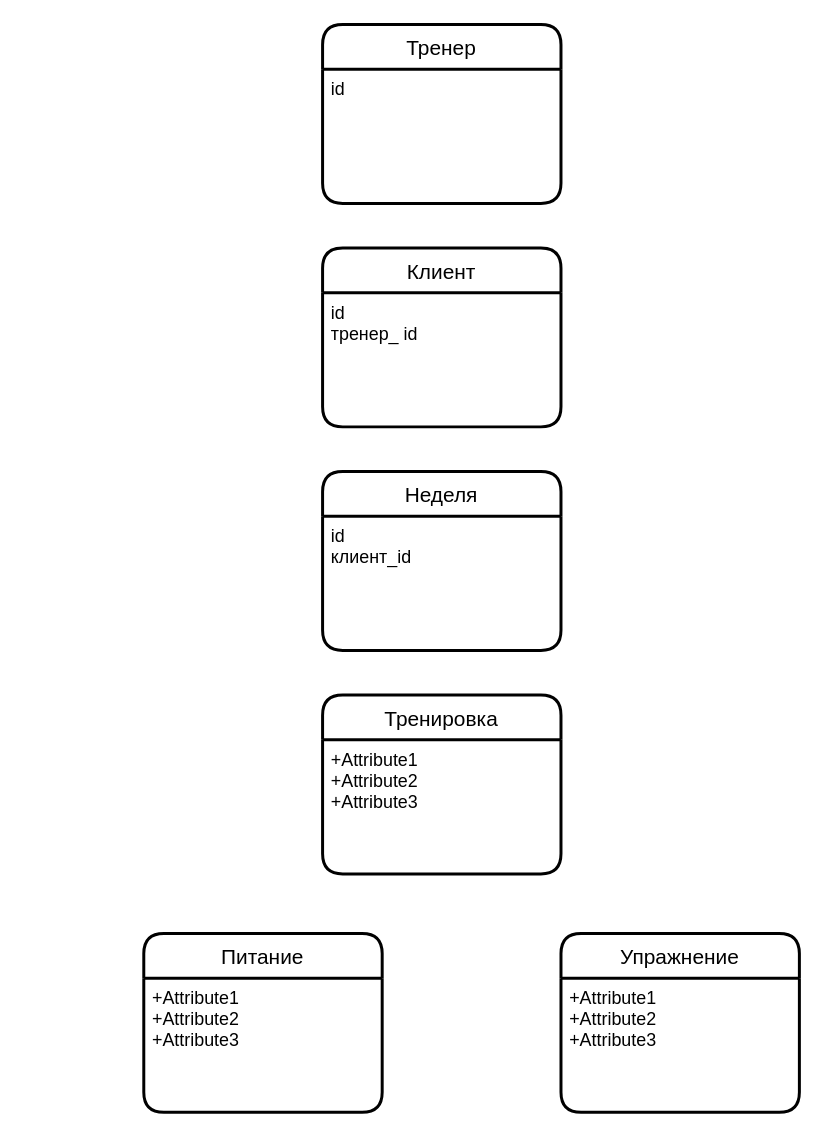
Above: Диаграмма без названия.drawio in baidinvladislav/cracking-interview (draw.io), before the change. Source tidied: cells renumbered, new cells numbered last; positions are measured from the earlier drawing's top-left corner, leaving out a move shared by most shapes. Both pictures are drawn from the tidied source at 149%, with x=0, y=0 at pixel (143, 24).
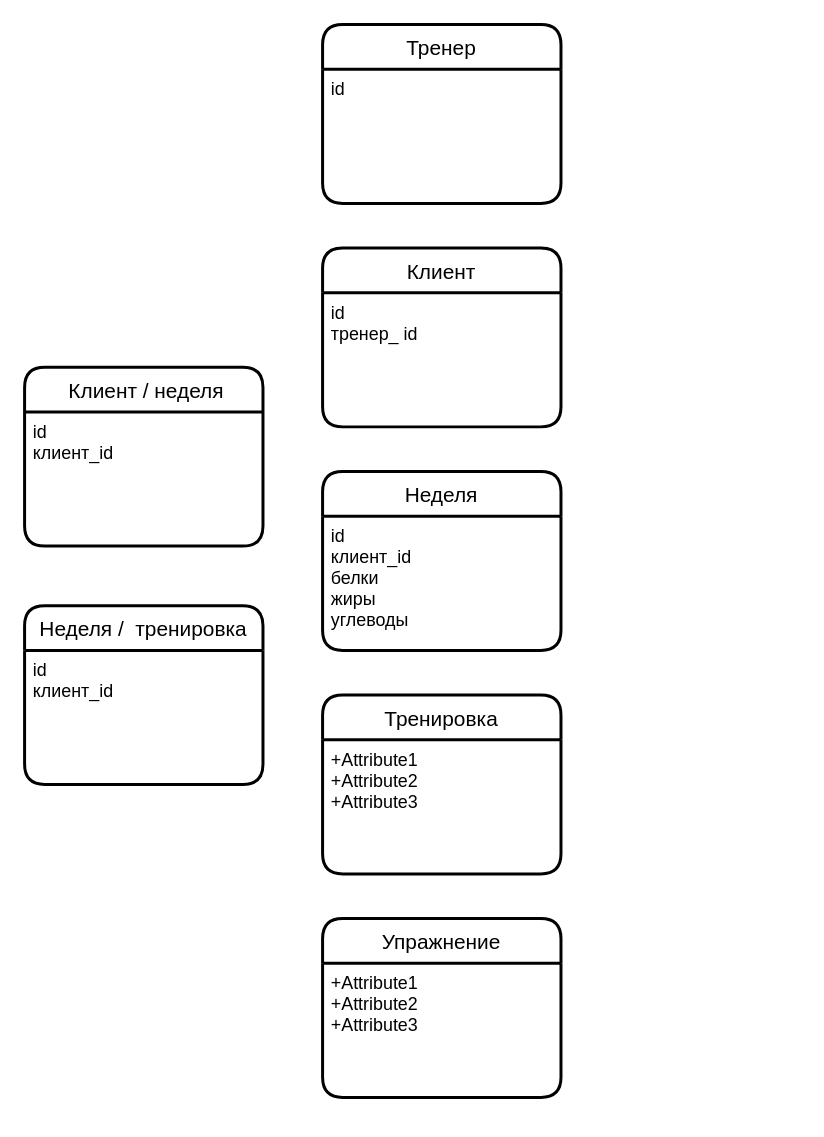
The same page after the edit.

The edit, as a diff of the source:
```diff
@@
 <mxGraphModel>
   <root>
     <mxCell id="0" />
     <mxCell id="1" parent="0" />
     <mxCell id="2" value="Тренер" style="swimlane;horizontal=1;startSize=30;rounded=1;fontSize=14;fontStyle=0;strokeWidth=2;shadow=0;dashed=0;align=center;" parent="1" vertex="1">
       <mxGeometry x="120" width="160" height="120" as="geometry" />
     </mxCell>
     <mxCell id="3" value="id" style="align=left;strokeColor=none;fillColor=none;spacingLeft=4;fontSize=12;verticalAlign=top;" parent="2" vertex="1">
       <mxGeometry y="30" width="160" height="90" as="geometry" />
     </mxCell>
     <mxCell id="4" value="Клиент" style="swimlane;horizontal=1;startSize=30;rounded=1;fontSize=14;fontStyle=0;strokeWidth=2;shadow=0;dashed=0;align=center;" parent="1" vertex="1">
       <mxGeometry x="120" y="150" width="160" height="120" as="geometry" />
     </mxCell>
     <mxCell id="5" value="id&#10;тренер_ id" style="align=left;strokeColor=none;fillColor=none;spacingLeft=4;fontSize=12;verticalAlign=top;" parent="4" vertex="1">
       <mxGeometry y="30" width="160" height="90" as="geometry" />
     </mxCell>
     <mxCell id="6" value="Тренировка" style="swimlane;horizontal=1;startSize=30;rounded=1;fontSize=14;fontStyle=0;strokeWidth=2;shadow=0;dashed=0;align=center;" parent="1" vertex="1">
       <mxGeometry x="120" y="450" width="160" height="120" as="geometry" />
     </mxCell>
     <mxCell id="7" value="+Attribute1&#10;+Attribute2&#10;+Attribute3" style="align=left;strokeColor=none;fillColor=none;spacingLeft=4;fontSize=12;verticalAlign=top;" parent="6" vertex="1">
       <mxGeometry y="30" width="160" height="90" as="geometry" />
     </mxCell>
     <mxCell id="8" value="Неделя" style="swimlane;horizontal=1;startSize=30;rounded=1;fontSize=14;fontStyle=0;strokeWidth=2;shadow=0;dashed=0;align=center;" parent="1" vertex="1">
       <mxGeometry x="120" y="300" width="160" height="120" as="geometry" />
     </mxCell>
-    <mxCell id="9" value="id&#10;клиент_id" style="align=left;strokeColor=none;fillColor=none;spacingLeft=4;fontSize=12;verticalAlign=top;" parent="8" vertex="1">
+    <mxCell id="9" value="id&#10;клиент_id&#10;белки&#10;жиры &#10;углеводы&#10;" style="align=left;strokeColor=none;fillColor=none;spacingLeft=4;fontSize=12;verticalAlign=top;" parent="8" vertex="1">
       <mxGeometry y="30" width="160" height="90" as="geometry" />
     </mxCell>
     <mxCell id="10" value="Упражнение" style="swimlane;horizontal=1;startSize=30;rounded=1;fontSize=14;fontStyle=0;strokeWidth=2;shadow=0;dashed=0;align=center;" parent="1" vertex="1">
-      <mxGeometry x="280" y="610" width="160" height="120" as="geometry" />
+      <mxGeometry x="120" y="600" width="160" height="120" as="geometry" />
     </mxCell>
     <mxCell id="11" value="+Attribute1&#10;+Attribute2&#10;+Attribute3" style="align=left;strokeColor=none;fillColor=none;spacingLeft=4;fontSize=12;verticalAlign=top;" parent="10" vertex="1">
       <mxGeometry y="30" width="160" height="90" as="geometry" />
     </mxCell>
-    <mxCell id="12" value="Питание" style="swimlane;horizontal=1;startSize=30;rounded=1;fontSize=14;fontStyle=0;strokeWidth=2;shadow=0;dashed=0;align=center;" parent="1" vertex="1">
-      <mxGeometry y="610" width="160" height="120" as="geometry" />
-    </mxCell>
-    <mxCell id="13" value="+Attribute1&#10;+Attribute2&#10;+Attribute3" style="align=left;strokeColor=none;fillColor=none;spacingLeft=4;fontSize=12;verticalAlign=top;" parent="12" vertex="1">
-      <mxGeometry y="30" width="160" height="90" as="geometry" />
-    </mxCell>
+    <mxCell id="14" value=" Клиент / неделя" style="swimlane;horizontal=1;startSize=30;rounded=1;fontSize=14;fontStyle=0;strokeWidth=2;shadow=0;dashed=0;align=center;" parent="1" vertex="1">
+      <mxGeometry x="-80" y="230" width="160" height="120" as="geometry" />
+    </mxCell>
+    <mxCell id="15" value="id&#10;клиент_id" style="align=left;strokeColor=none;fillColor=none;spacingLeft=4;fontSize=12;verticalAlign=top;" parent="14" vertex="1">
+      <mxGeometry y="30" width="160" height="90" as="geometry" />
+    </mxCell>
+    <mxCell id="16" value="Неделя /  тренировка" style="swimlane;horizontal=1;startSize=30;rounded=1;fontSize=14;fontStyle=0;strokeWidth=2;shadow=0;dashed=0;align=center;" parent="1" vertex="1">
+      <mxGeometry x="-80" y="390" width="160" height="120" as="geometry" />
+    </mxCell>
+    <mxCell id="17" value="id&#10;клиент_id" style="align=left;strokeColor=none;fillColor=none;spacingLeft=4;fontSize=12;verticalAlign=top;" parent="16" vertex="1">
+      <mxGeometry y="30" width="160" height="90" as="geometry" />
+    </mxCell>
   </root>
 </mxGraphModel>
```
